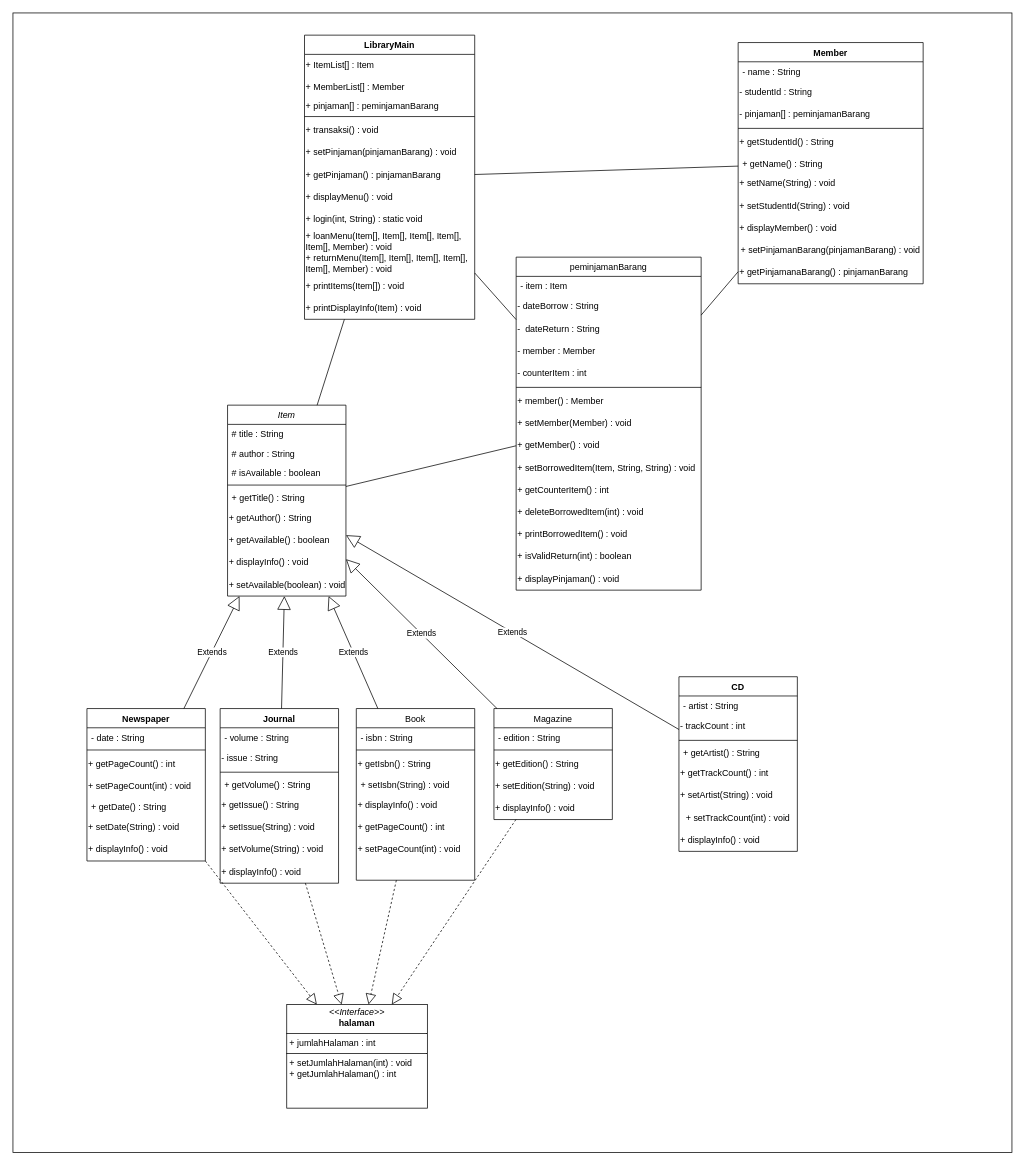
Before: UML_PERPUSTAKAAN_2.drawio in gerardomayella/Proyek_Perpustakaan, a draw.io diagram. Source tidied: cells renumbered, new cells numbered last; positions are measured from the earlier drawing's top-left corner, leaving out a move shared by most shapes. Both pictures are drawn from the tidied source at 74%, with x=0, y=0 at pixel (13, 13).
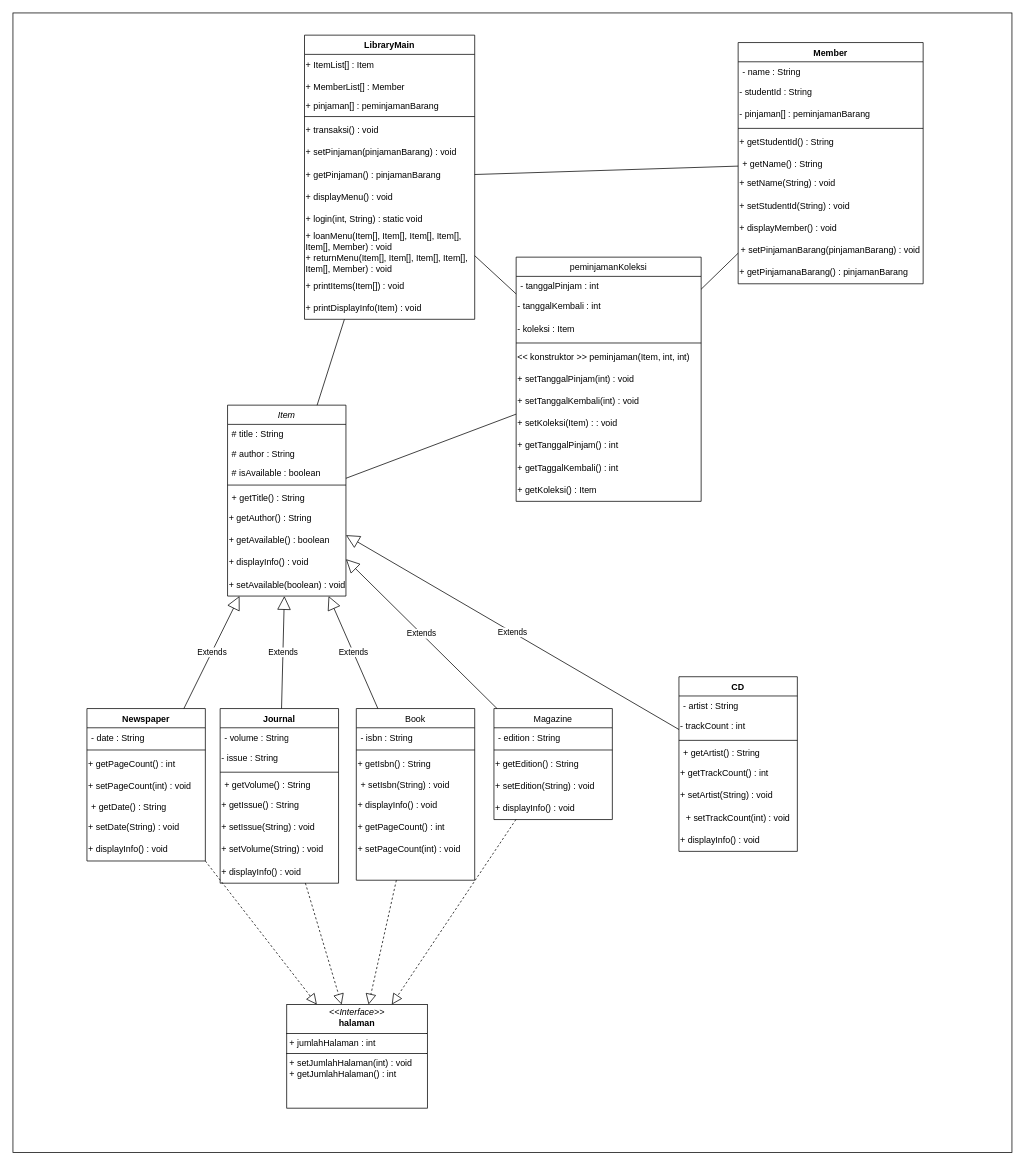
After the change.

What changed in the source:
```diff
@@
-    <mxCell id="79" value="peminjamanBarang" style="swimlane;fontStyle=0;align=center;verticalAlign=top;horizontal=1;startSize=26;rounded=0;shadow=0;strokeWidth=1;" parent="1" vertex="1">
-      <mxGeometry x="680" y="330" width="250" height="450" as="geometry" />
+    <mxCell id="79" value="peminjamanKoleksi" style="swimlane;fontStyle=0;align=center;verticalAlign=top;horizontal=1;startSize=26;rounded=0;shadow=0;strokeWidth=1;" parent="1" vertex="1">
+      <mxGeometry x="680" y="330" width="250" height="330" as="geometry" />
     </mxCell>
-    <mxCell id="80" value="- item : Item" style="text;align=left;verticalAlign=top;spacingLeft=4;spacingRight=4;overflow=hidden;rounded=0;shadow=0;html=0;" parent="79" vertex="1">
+    <mxCell id="80" value="- tanggalPinjam : int " style="text;align=left;verticalAlign=top;spacingLeft=4;spacingRight=4;overflow=hidden;rounded=0;shadow=0;html=0;" parent="79" vertex="1">
       <mxGeometry y="26" width="250" height="26" as="geometry" />
     </mxCell>
-    <mxCell id="81" value="- dateBorrow : String" style="text;html=1;align=left;verticalAlign=middle;whiteSpace=wrap;rounded=0;" parent="79" vertex="1">
+    <mxCell id="81" value="- tanggalKembali : int" style="text;html=1;align=left;verticalAlign=middle;whiteSpace=wrap;rounded=0;" parent="79" vertex="1">
       <mxGeometry y="52" width="250" height="30" as="geometry" />
     </mxCell>
-    <mxCell id="82" value="-&amp;nbsp; dateReturn : String" style="text;html=1;align=left;verticalAlign=middle;whiteSpace=wrap;rounded=0;" parent="79" vertex="1">
+    <mxCell id="82" value="- koleksi : Item" style="text;html=1;align=left;verticalAlign=middle;whiteSpace=wrap;rounded=0;" parent="79" vertex="1">
       <mxGeometry y="82" width="250" height="30" as="geometry" />
     </mxCell>
-    <mxCell id="83" value="- member : Member" style="text;html=1;align=left;verticalAlign=middle;whiteSpace=wrap;rounded=0;" parent="79" vertex="1">
-      <mxGeometry y="112" width="250" height="30" as="geometry" />
-    </mxCell>
-    <mxCell id="84" value="- counterItem : int" style="text;html=1;align=left;verticalAlign=middle;whiteSpace=wrap;rounded=0;" parent="79" vertex="1">
-      <mxGeometry y="142" width="250" height="30" as="geometry" />
-    </mxCell>
     <mxCell id="85" style="line;html=1;strokeWidth=1;align=left;verticalAlign=middle;spacingTop=-1;spacingLeft=3;spacingRight=3;labelPosition=right;" parent="79" vertex="1">
-      <mxGeometry y="172" width="250" height="8" as="geometry" />
+      <mxGeometry y="112" width="250" height="8" as="geometry" />
     </mxCell>
-    <mxCell id="86" value="+ member() : Member" style="text;html=1;align=left;verticalAlign=middle;whiteSpace=wrap;rounded=0;" parent="79" vertex="1">
-      <mxGeometry y="180" width="250" height="30" as="geometry" />
-    </mxCell>
-    <mxCell id="87" value="+ setMember(Member) : void" style="text;html=1;align=left;verticalAlign=middle;whiteSpace=wrap;rounded=0;" parent="79" vertex="1">
-      <mxGeometry y="210" width="250" height="30" as="geometry" />
-    </mxCell>
-    <mxCell id="88" value="+ getMember() : void" style="text;html=1;align=left;verticalAlign=middle;whiteSpace=wrap;rounded=0;" parent="79" vertex="1">
-      <mxGeometry y="240" width="250" height="30" as="geometry" />
-    </mxCell>
-    <mxCell id="89" value="+ setBorrowedItem(Item, String, String) : void" style="text;html=1;align=left;verticalAlign=middle;whiteSpace=wrap;rounded=0;" parent="79" vertex="1">
-      <mxGeometry y="270" width="250" height="30" as="geometry" />
-    </mxCell>
-    <mxCell id="90" value="+ getCounterItem() : int" style="text;html=1;align=left;verticalAlign=middle;whiteSpace=wrap;rounded=0;" parent="79" vertex="1">
-      <mxGeometry y="300" width="250" height="30" as="geometry" />
-    </mxCell>
-    <mxCell id="91" value="+ deleteBorrowedItem(int) : void" style="text;html=1;align=left;verticalAlign=middle;whiteSpace=wrap;rounded=0;" parent="79" vertex="1">
-      <mxGeometry y="330" width="250" height="30" as="geometry" />
-    </mxCell>
-    <mxCell id="92" value="+ printBorrowedItem() : void" style="text;html=1;align=left;verticalAlign=middle;whiteSpace=wrap;rounded=0;" parent="79" vertex="1">
-      <mxGeometry y="360" width="250" height="30" as="geometry" />
-    </mxCell>
-    <mxCell id="93" value="+ isValidReturn(int) : boolean" style="text;html=1;align=left;verticalAlign=middle;whiteSpace=wrap;rounded=0;" parent="79" vertex="1">
-      <mxGeometry y="390" width="250" height="30" as="geometry" />
+    <mxCell id="93" value="&amp;lt;&amp;lt; konstruktor &amp;gt;&amp;gt; peminjaman(Item, int, int)&amp;nbsp;" style="text;html=1;align=left;verticalAlign=middle;whiteSpace=wrap;rounded=0;" parent="79" vertex="1">
+      <mxGeometry y="120" width="250" height="30" as="geometry" />
     </mxCell>
-    <mxCell id="94" value="+ displayPinjaman() : void" style="text;html=1;align=left;verticalAlign=middle;whiteSpace=wrap;rounded=0;" parent="79" vertex="1">
-      <mxGeometry y="420" width="250" height="30" as="geometry" />
-    </mxCell>
+    <mxCell id="110" value="+ setTanggalPinjam(int) : void" style="text;html=1;align=left;verticalAlign=middle;whiteSpace=wrap;rounded=0;" parent="79" vertex="1">
+      <mxGeometry y="150" width="250" height="30" as="geometry" />
+    </mxCell>
+    <mxCell id="111" value="+ setTanggalKembali(int) : void" style="text;html=1;align=left;verticalAlign=middle;whiteSpace=wrap;rounded=0;" parent="79" vertex="1">
+      <mxGeometry y="180" width="250" height="30" as="geometry" />
+    </mxCell>
+    <mxCell id="112" value="+ setKoleksi(Item) : : void" style="text;html=1;align=left;verticalAlign=middle;whiteSpace=wrap;rounded=0;" parent="79" vertex="1">
+      <mxGeometry y="210" width="250" height="30" as="geometry" />
+    </mxCell>
+    <mxCell id="113" value="+ getTanggalPinjam() : int" style="text;html=1;align=left;verticalAlign=middle;whiteSpace=wrap;rounded=0;" parent="79" vertex="1">
+      <mxGeometry y="240" width="250" height="30" as="geometry" />
+    </mxCell>
+    <mxCell id="114" value="+ getTaggalKembali() : int" style="text;html=1;align=left;verticalAlign=middle;whiteSpace=wrap;rounded=0;" parent="79" vertex="1">
+      <mxGeometry y="270" width="250" height="30" as="geometry" />
+    </mxCell>
+    <mxCell id="115" value="+ getKoleksi() : Item" style="text;html=1;align=left;verticalAlign=middle;whiteSpace=wrap;rounded=0;" parent="79" vertex="1">
+      <mxGeometry y="300" width="250" height="30" as="geometry" />
+    </mxCell>
```
